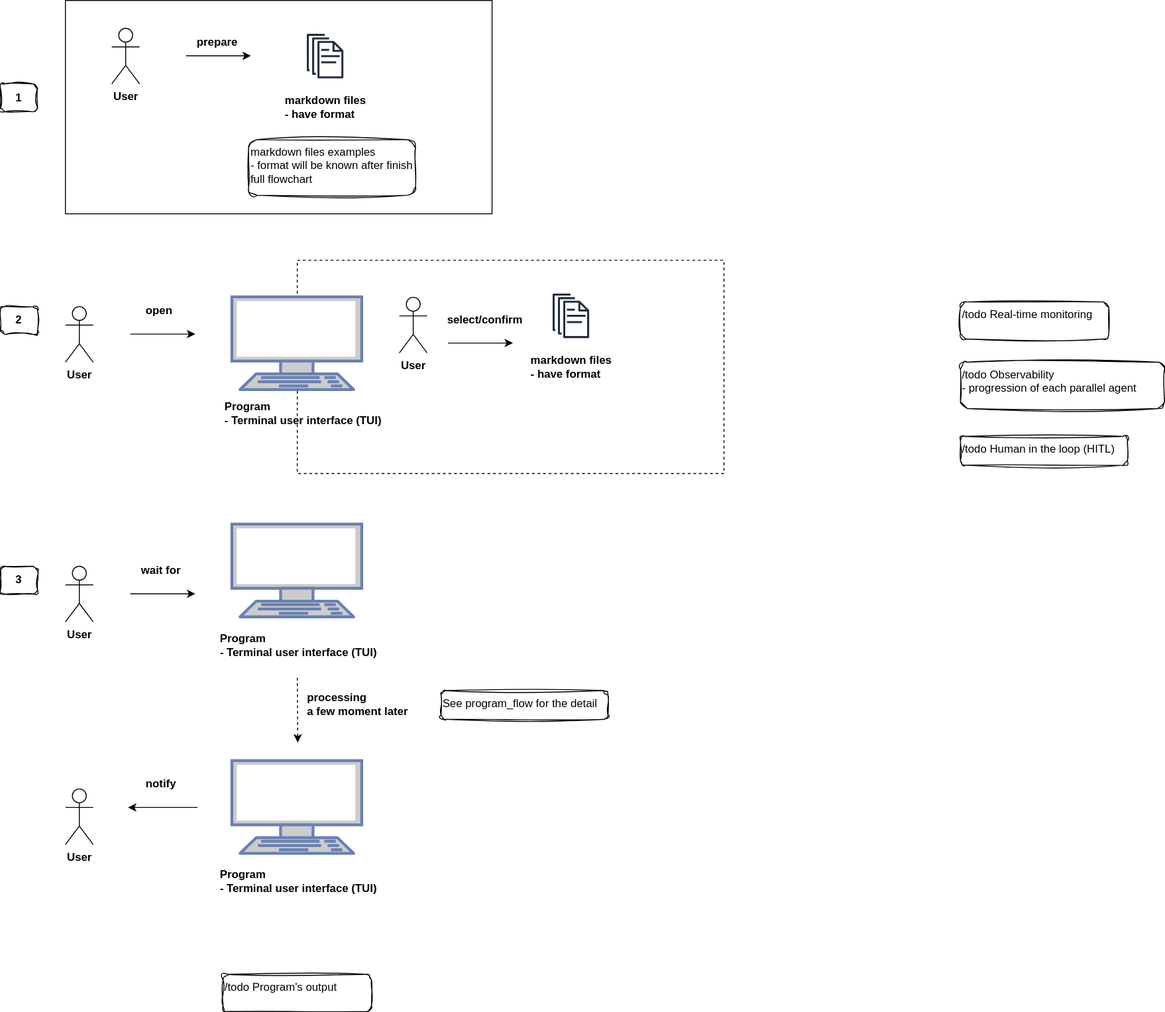
Gxmestk/ai_coding_agent keeps this draw.io diagram as plan.svg. Above is the earlier version. Source tidied: cells renumbered, new cells last; positions are measured from the earlier drawing's top-left corner, leaving out a move shared by most shapes.
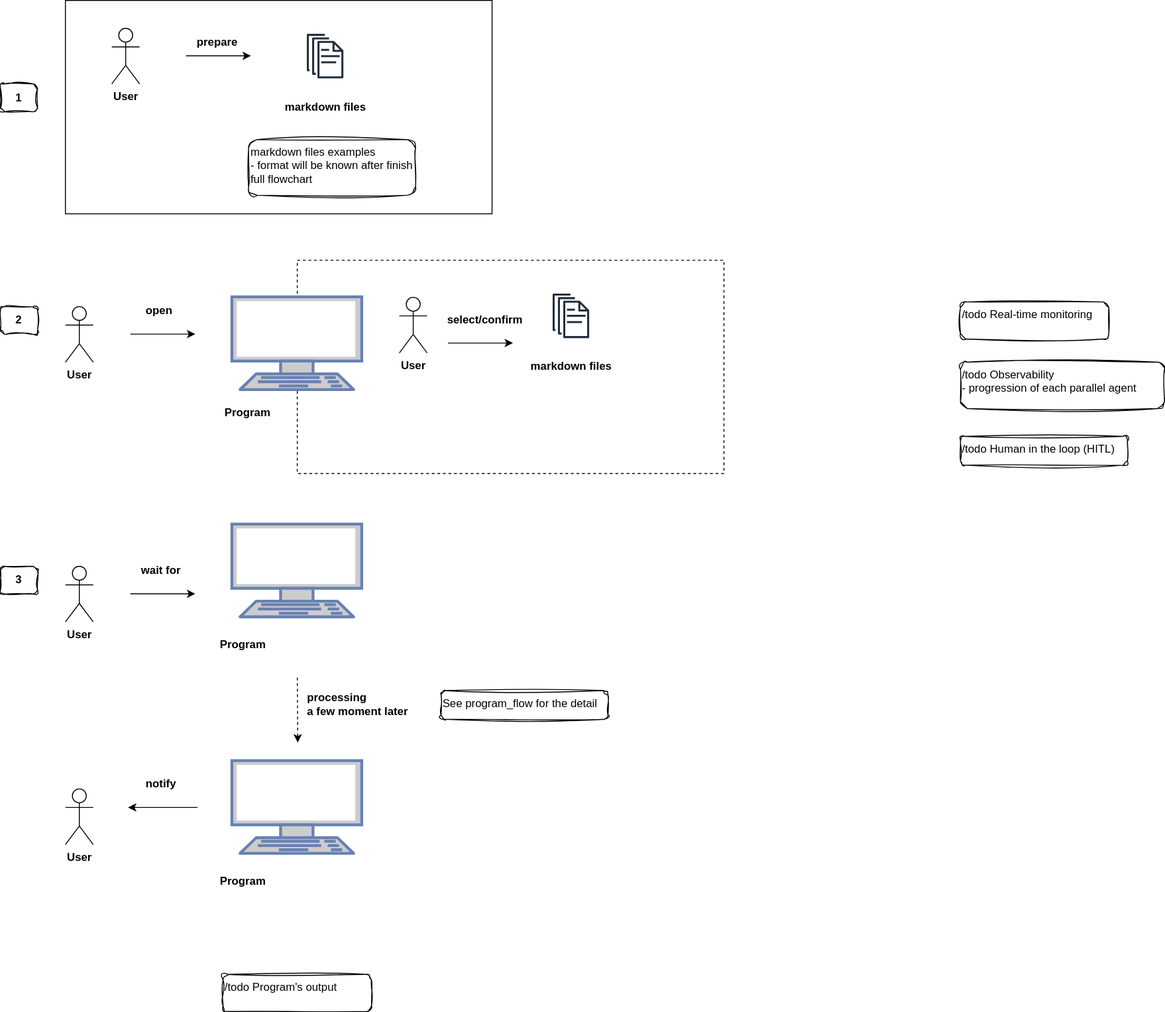
The same diagram one commit later.

Change to the diagram source:
```diff
@@ -32,7 +32,7 @@
     <mxCell id="9" style="sketch=0;fontColor=#232F3E;gradientColor=none;strokeColor=#232F3E;fillColor=#ffffff;dashed=0;verticalLabelPosition=bottom;verticalAlign=top;align=left;html=1;fontSize=12;fontStyle=0;shape=mxgraph.aws4.resourceIcon;resIcon=mxgraph.aws4.documents;" parent="8" vertex="1">
       <mxGeometry x="15" width="60" height="60" as="geometry" />
     </mxCell>
-    <mxCell id="10" value="&lt;div&gt;markdown files&lt;/div&gt;&lt;div&gt;- have format&lt;/div&gt;" style="text;html=1;whiteSpace=wrap;strokeColor=none;fillColor=none;align=left;verticalAlign=middle;rounded=0;fontStyle=1;" parent="8" vertex="1">
+    <mxCell id="10" value="&lt;div&gt;markdown files&lt;/div&gt;" style="text;html=1;whiteSpace=wrap;strokeColor=none;fillColor=none;align=left;verticalAlign=middle;rounded=0;fontStyle=1;" parent="8" vertex="1">
       <mxGeometry y="70" width="105" height="30" as="geometry" />
     </mxCell>
     <mxCell id="11" value="&lt;b&gt;User&lt;/b&gt;" style="shape=umlActor;verticalLabelPosition=bottom;verticalAlign=top;html=1;" parent="1" vertex="1">
@@ -74,7 +74,7 @@
     <mxCell id="21" value="&lt;span style=&quot;color: rgba(0, 0, 0, 0); font-family: monospace; font-size: 0px; text-align: start;&quot;&gt;%3CmxGraphModel%3E%3Croot%3E%3CmxCell%20id%3D%220%22%2F%3E%3CmxCell%20id%3D%221%22%20parent%3D%220%22%2F%3E%3CmxCell%20id%3D%222%22%20edge%3D%221%22%20parent%3D%221%22%20style%3D%22endArrow%3Dclassic%3Bhtml%3D1%3Brounded%3D0%3B%22%20value%3D%22%22%3E%3CmxGeometry%20height%3D%2250%22%20relative%3D%221%22%20width%3D%2250%22%20as%3D%22geometry%22%3E%3CmxPoint%20x%3D%22-470%22%20y%3D%22389.65999999999997%22%20as%3D%22sourcePoint%22%2F%3E%3CmxPoint%20x%3D%22-400%22%20y%3D%22389.65999999999997%22%20as%3D%22targetPoint%22%2F%3E%3C%2FmxGeometry%3E%3C%2FmxCell%3E%3CmxCell%20id%3D%223%22%20parent%3D%221%22%20style%3D%22shape%3DumlActor%3BverticalLabelPosition%3Dbottom%3BverticalAlign%3Dtop%3Bhtml%3D1%3BoutlineConnect%3D0%3B%22%20value%3D%22%26lt%3Bb%26gt%3BUser%26lt%3B%2Fb%26gt%3B%22%20vertex%3D%221%22%3E%3CmxGeometry%20height%3D%2260%22%20width%3D%2230%22%20x%3D%22-540%22%20y%3D%22360%22%20as%3D%22geometry%22%2F%3E%3C%2FmxCell%3E%3CmxCell%20id%3D%224%22%20parent%3D%221%22%20style%3D%22text%3Bhtml%3D1%3BwhiteSpace%3Dwrap%3BstrokeColor%3Dnone%3BfillColor%3Dnone%3Balign%3Dleft%3BverticalAlign%3Dmiddle%3Brounded%3D0%3BfontStyle%3D1%22%20value%3D%22open%22%20vertex%3D%221%22%3E%3CmxGeometry%20height%3D%2230%22%20width%3D%2240%22%20x%3D%22-455%22%20y%3D%22350%22%20as%3D%22geometry%22%2F%3E%3C%2FmxCell%3E%3CmxCell%20id%3D%225%22%20parent%3D%221%22%20style%3D%22text%3Bhtml%3D1%3BwhiteSpace%3Dwrap%3Balign%3Dcenter%3BverticalAlign%3Dmiddle%3Brounded%3D1%3BfontStyle%3D1%3Bglass%3D0%3Bsketch%3D1%3BcurveFitting%3D1%3Bjiggle%3D2%3BstrokeColor%3Ddefault%3BfillColor%3Dlight-dark(%23FFFFFF%2C%23FF8000)%3B%22%20value%3D%222%22%20vertex%3D%221%22%3E%3CmxGeometry%20height%3D%2230%22%20width%3D%2240%22%20x%3D%22-610%22%20y%3D%22360%22%20as%3D%22geometry%22%2F%3E%3C%2FmxCell%3E%3C%2Froot%3E%3C%2FmxGraphModel%3E&lt;/span&gt;&lt;span style=&quot;color: rgba(0, 0, 0, 0); font-family: monospace; font-size: 0px; text-align: start;&quot;&gt;%3CmxGraphModel%3E%3Croot%3E%3CmxCell%20id%3D%220%22%2F%3E%3CmxCell%20id%3D%221%22%20parent%3D%220%22%2F%3E%3CmxCell%20id%3D%222%22%20edge%3D%221%22%20parent%3D%221%22%20style%3D%22endArrow%3Dclassic%3Bhtml%3D1%3Brounded%3D0%3B%22%20value%3D%22%22%3E%3CmxGeometry%20height%3D%2250%22%20relative%3D%221%22%20width%3D%2250%22%20as%3D%22geometry%22%3E%3CmxPoint%20x%3D%22-470%22%20y%3D%22389.65999999999997%22%20as%3D%22sourcePoint%22%2F%3E%3CmxPoint%20x%3D%22-400%22%20y%3D%22389.65999999999997%22%20as%3D%22targetPoint%22%2F%3E%3C%2FmxGeometry%3E%3C%2FmxCell%3E%3CmxCell%20id%3D%223%22%20parent%3D%221%22%20style%3D%22shape%3DumlActor%3BverticalLabelPosition%3Dbottom%3BverticalAlign%3Dtop%3Bhtml%3D1%3BoutlineConnect%3D0%3B%22%20value%3D%22%26lt%3Bb%26gt%3BUser%26lt%3B%2Fb%26gt%3B%22%20vertex%3D%221%22%3E%3CmxGeometry%20height%3D%2260%22%20width%3D%2230%22%20x%3D%22-540%22%20y%3D%22360%22%20as%3D%22geometry%22%2F%3E%3C%2FmxCell%3E%3CmxCell%20id%3D%224%22%20parent%3D%221%22%20style%3D%22text%3Bhtml%3D1%3BwhiteSpace%3Dwrap%3BstrokeColor%3Dnone%3BfillColor%3Dnone%3Balign%3Dleft%3BverticalAlign%3Dmiddle%3Brounded%3D0%3BfontStyle%3D1%22%20value%3D%22open%22%20vertex%3D%221%22%3E%3CmxGeometry%20height%3D%2230%22%20width%3D%2240%22%20x%3D%22-455%22%20y%3D%22350%22%20as%3D%22geometry%22%2F%3E%3C%2FmxCell%3E%3CmxCell%20id%3D%225%22%20parent%3D%221%22%20style%3D%22text%3Bhtml%3D1%3BwhiteSpace%3Dwrap%3Balign%3Dcenter%3BverticalAlign%3Dmiddle%3Brounded%3D1%3BfontStyle%3D1%3Bglass%3D0%3Bsketch%3D1%3BcurveFitting%3D1%3Bjiggle%3D2%3BstrokeColor%3Ddefault%3BfillColor%3Dlight-dark(%23FFFFFF%2C%23FF8000)%3B%22%20value%3D%222%22%20vertex%3D%221%22%3E%3CmxGeometry%20height%3D%2230%22%20width%3D%2240%22%20x%3D%22-610%22%20y%3D%22360%22%20as%3D%22geometry%22%2F%3E%3C%2FmxCell%3E%3C%2Froot%3E%3C%2FmxGraphModel%3E&lt;/span&gt;" style="fontColor=#0066CC;verticalAlign=top;verticalLabelPosition=bottom;labelPosition=center;align=center;html=1;fillColor=#CCCCCC;strokeColor=#6881B3;gradientColor=none;gradientDirection=north;strokeWidth=2;shape=mxgraph.networks.terminal;" parent="20" vertex="1">
       <mxGeometry x="20" width="140" height="100" as="geometry" />
     </mxCell>
-    <mxCell id="22" value="Program&amp;nbsp;&lt;div&gt;- Terminal user interface (TUI)&lt;/div&gt;" style="text;html=1;whiteSpace=wrap;strokeColor=none;fillColor=none;align=left;verticalAlign=middle;rounded=0;fontStyle=1;" parent="20" vertex="1">
+    <mxCell id="22" value="Program&amp;nbsp;" style="text;html=1;whiteSpace=wrap;strokeColor=none;fillColor=none;align=left;verticalAlign=middle;rounded=0;fontStyle=1;" parent="20" vertex="1">
       <mxGeometry x="5" y="115" width="190" height="30" as="geometry" />
     </mxCell>
     <mxCell id="23" style="rounded=0;whiteSpace=wrap;html=1;dashed=1;glass=0;fillColor=none;" parent="1" vertex="1">
@@ -95,7 +95,7 @@
     <mxCell id="27" style="sketch=0;fontColor=#232F3E;gradientColor=none;strokeColor=#232F3E;fillColor=#ffffff;dashed=0;verticalLabelPosition=bottom;verticalAlign=top;align=left;html=1;fontSize=12;fontStyle=0;shape=mxgraph.aws4.resourceIcon;resIcon=mxgraph.aws4.documents;" parent="26" vertex="1">
       <mxGeometry x="15" width="60" height="60" as="geometry" />
     </mxCell>
-    <mxCell id="28" value="&lt;div&gt;markdown files&lt;/div&gt;&lt;div&gt;- have format&lt;/div&gt;" style="text;html=1;whiteSpace=wrap;strokeColor=none;fillColor=none;align=left;verticalAlign=middle;rounded=0;fontStyle=1;" parent="26" vertex="1">
+    <mxCell id="28" value="&lt;div&gt;markdown files&lt;/div&gt;" style="text;html=1;whiteSpace=wrap;strokeColor=none;fillColor=none;align=left;verticalAlign=middle;rounded=0;fontStyle=1;" parent="26" vertex="1">
       <mxGeometry y="70" width="105" height="30" as="geometry" />
     </mxCell>
     <mxCell id="29" value="&lt;b&gt;User&lt;/b&gt;" style="shape=umlActor;verticalLabelPosition=bottom;verticalAlign=top;html=1;" parent="1" vertex="1">
@@ -104,7 +104,7 @@
     <mxCell id="30" style="group;" parent="1" vertex="1">
       <mxGeometry x="240" y="320" width="190" height="140" as="geometry" />
     </mxCell>
-    <mxCell id="31" value="Program&amp;nbsp;&lt;div&gt;- Terminal user interface (TUI)&lt;/div&gt;" style="text;html=1;whiteSpace=wrap;strokeColor=none;fillColor=none;align=left;verticalAlign=middle;rounded=0;fontStyle=1;" parent="30" vertex="1">
+    <mxCell id="31" value="Program&amp;nbsp;" style="text;html=1;whiteSpace=wrap;strokeColor=none;fillColor=none;align=left;verticalAlign=middle;rounded=0;fontStyle=1;" parent="30" vertex="1">
       <mxGeometry y="110" width="190" height="30" as="geometry" />
     </mxCell>
     <mxCell id="32" value="&lt;span style=&quot;color: rgba(0, 0, 0, 0); font-family: monospace; font-size: 0px; text-align: start;&quot;&gt;%3CmxGraphModel%3E%3Croot%3E%3CmxCell%20id%3D%220%22%2F%3E%3CmxCell%20id%3D%221%22%20parent%3D%220%22%2F%3E%3CmxCell%20id%3D%222%22%20edge%3D%221%22%20parent%3D%221%22%20style%3D%22endArrow%3Dclassic%3Bhtml%3D1%3Brounded%3D0%3B%22%20value%3D%22%22%3E%3CmxGeometry%20height%3D%2250%22%20relative%3D%221%22%20width%3D%2250%22%20as%3D%22geometry%22%3E%3CmxPoint%20x%3D%22-470%22%20y%3D%22389.65999999999997%22%20as%3D%22sourcePoint%22%2F%3E%3CmxPoint%20x%3D%22-400%22%20y%3D%22389.65999999999997%22%20as%3D%22targetPoint%22%2F%3E%3C%2FmxGeometry%3E%3C%2FmxCell%3E%3CmxCell%20id%3D%223%22%20parent%3D%221%22%20style%3D%22shape%3DumlActor%3BverticalLabelPosition%3Dbottom%3BverticalAlign%3Dtop%3Bhtml%3D1%3BoutlineConnect%3D0%3B%22%20value%3D%22%26lt%3Bb%26gt%3BUser%26lt%3B%2Fb%26gt%3B%22%20vertex%3D%221%22%3E%3CmxGeometry%20height%3D%2260%22%20width%3D%2230%22%20x%3D%22-540%22%20y%3D%22360%22%20as%3D%22geometry%22%2F%3E%3C%2FmxCell%3E%3CmxCell%20id%3D%224%22%20parent%3D%221%22%20style%3D%22text%3Bhtml%3D1%3BwhiteSpace%3Dwrap%3BstrokeColor%3Dnone%3BfillColor%3Dnone%3Balign%3Dleft%3BverticalAlign%3Dmiddle%3Brounded%3D0%3BfontStyle%3D1%22%20value%3D%22open%22%20vertex%3D%221%22%3E%3CmxGeometry%20height%3D%2230%22%20width%3D%2240%22%20x%3D%22-455%22%20y%3D%22350%22%20as%3D%22geometry%22%2F%3E%3C%2FmxCell%3E%3CmxCell%20id%3D%225%22%20parent%3D%221%22%20style%3D%22text%3Bhtml%3D1%3BwhiteSpace%3Dwrap%3Balign%3Dcenter%3BverticalAlign%3Dmiddle%3Brounded%3D1%3BfontStyle%3D1%3Bglass%3D0%3Bsketch%3D1%3BcurveFitting%3D1%3Bjiggle%3D2%3BstrokeColor%3Ddefault%3BfillColor%3Dlight-dark(%23FFFFFF%2C%23FF8000)%3B%22%20value%3D%222%22%20vertex%3D%221%22%3E%3CmxGeometry%20height%3D%2230%22%20width%3D%2240%22%20x%3D%22-610%22%20y%3D%22360%22%20as%3D%22geometry%22%2F%3E%3C%2FmxCell%3E%3C%2Froot%3E%3C%2FmxGraphModel%3E&lt;/span&gt;&lt;span style=&quot;color: rgba(0, 0, 0, 0); font-family: monospace; font-size: 0px; text-align: start;&quot;&gt;%3CmxGraphModel%3E%3Croot%3E%3CmxCell%20id%3D%220%22%2F%3E%3CmxCell%20id%3D%221%22%20parent%3D%220%22%2F%3E%3CmxCell%20id%3D%222%22%20edge%3D%221%22%20parent%3D%221%22%20style%3D%22endArrow%3Dclassic%3Bhtml%3D1%3Brounded%3D0%3B%22%20value%3D%22%22%3E%3CmxGeometry%20height%3D%2250%22%20relative%3D%221%22%20width%3D%2250%22%20as%3D%22geometry%22%3E%3CmxPoint%20x%3D%22-470%22%20y%3D%22389.65999999999997%22%20as%3D%22sourcePoint%22%2F%3E%3CmxPoint%20x%3D%22-400%22%20y%3D%22389.65999999999997%22%20as%3D%22targetPoint%22%2F%3E%3C%2FmxGeometry%3E%3C%2FmxCell%3E%3CmxCell%20id%3D%223%22%20parent%3D%221%22%20style%3D%22shape%3DumlActor%3BverticalLabelPosition%3Dbottom%3BverticalAlign%3Dtop%3Bhtml%3D1%3BoutlineConnect%3D0%3B%22%20value%3D%22%26lt%3Bb%26gt%3BUser%26lt%3B%2Fb%26gt%3B%22%20vertex%3D%221%22%3E%3CmxGeometry%20height%3D%2260%22%20width%3D%2230%22%20x%3D%22-540%22%20y%3D%22360%22%20as%3D%22geometry%22%2F%3E%3C%2FmxCell%3E%3CmxCell%20id%3D%224%22%20parent%3D%221%22%20style%3D%22text%3Bhtml%3D1%3BwhiteSpace%3Dwrap%3BstrokeColor%3Dnone%3BfillColor%3Dnone%3Balign%3Dleft%3BverticalAlign%3Dmiddle%3Brounded%3D0%3BfontStyle%3D1%22%20value%3D%22open%22%20vertex%3D%221%22%3E%3CmxGeometry%20height%3D%2230%22%20width%3D%2240%22%20x%3D%22-455%22%20y%3D%22350%22%20as%3D%22geometry%22%2F%3E%3C%2FmxCell%3E%3CmxCell%20id%3D%225%22%20parent%3D%221%22%20style%3D%22text%3Bhtml%3D1%3BwhiteSpace%3Dwrap%3Balign%3Dcenter%3BverticalAlign%3Dmiddle%3Brounded%3D1%3BfontStyle%3D1%3Bglass%3D0%3Bsketch%3D1%3BcurveFitting%3D1%3Bjiggle%3D2%3BstrokeColor%3Ddefault%3BfillColor%3Dlight-dark(%23FFFFFF%2C%23FF8000)%3B%22%20value%3D%222%22%20vertex%3D%221%22%3E%3CmxGeometry%20height%3D%2230%22%20width%3D%2240%22%20x%3D%22-610%22%20y%3D%22360%22%20as%3D%22geometry%22%2F%3E%3C%2FmxCell%3E%3C%2Froot%3E%3C%2FmxGraphModel%3E&lt;/span&gt;" style="fontColor=#0066CC;verticalAlign=top;verticalLabelPosition=bottom;labelPosition=center;align=center;html=1;fillColor=#CCCCCC;strokeColor=#6881B3;gradientColor=none;gradientDirection=north;strokeWidth=2;shape=mxgraph.networks.terminal;" parent="30" vertex="1">
@@ -125,7 +125,7 @@
     <mxCell id="36" value="&lt;span style=&quot;color: rgba(0, 0, 0, 0); font-family: monospace; font-size: 0px; text-align: start;&quot;&gt;%3CmxGraphModel%3E%3Croot%3E%3CmxCell%20id%3D%220%22%2F%3E%3CmxCell%20id%3D%221%22%20parent%3D%220%22%2F%3E%3CmxCell%20id%3D%222%22%20edge%3D%221%22%20parent%3D%221%22%20style%3D%22endArrow%3Dclassic%3Bhtml%3D1%3Brounded%3D0%3B%22%20value%3D%22%22%3E%3CmxGeometry%20height%3D%2250%22%20relative%3D%221%22%20width%3D%2250%22%20as%3D%22geometry%22%3E%3CmxPoint%20x%3D%22-470%22%20y%3D%22389.65999999999997%22%20as%3D%22sourcePoint%22%2F%3E%3CmxPoint%20x%3D%22-400%22%20y%3D%22389.65999999999997%22%20as%3D%22targetPoint%22%2F%3E%3C%2FmxGeometry%3E%3C%2FmxCell%3E%3CmxCell%20id%3D%223%22%20parent%3D%221%22%20style%3D%22shape%3DumlActor%3BverticalLabelPosition%3Dbottom%3BverticalAlign%3Dtop%3Bhtml%3D1%3BoutlineConnect%3D0%3B%22%20value%3D%22%26lt%3Bb%26gt%3BUser%26lt%3B%2Fb%26gt%3B%22%20vertex%3D%221%22%3E%3CmxGeometry%20height%3D%2260%22%20width%3D%2230%22%20x%3D%22-540%22%20y%3D%22360%22%20as%3D%22geometry%22%2F%3E%3C%2FmxCell%3E%3CmxCell%20id%3D%224%22%20parent%3D%221%22%20style%3D%22text%3Bhtml%3D1%3BwhiteSpace%3Dwrap%3BstrokeColor%3Dnone%3BfillColor%3Dnone%3Balign%3Dleft%3BverticalAlign%3Dmiddle%3Brounded%3D0%3BfontStyle%3D1%22%20value%3D%22open%22%20vertex%3D%221%22%3E%3CmxGeometry%20height%3D%2230%22%20width%3D%2240%22%20x%3D%22-455%22%20y%3D%22350%22%20as%3D%22geometry%22%2F%3E%3C%2FmxCell%3E%3CmxCell%20id%3D%225%22%20parent%3D%221%22%20style%3D%22text%3Bhtml%3D1%3BwhiteSpace%3Dwrap%3Balign%3Dcenter%3BverticalAlign%3Dmiddle%3Brounded%3D1%3BfontStyle%3D1%3Bglass%3D0%3Bsketch%3D1%3BcurveFitting%3D1%3Bjiggle%3D2%3BstrokeColor%3Ddefault%3BfillColor%3Dlight-dark(%23FFFFFF%2C%23FF8000)%3B%22%20value%3D%222%22%20vertex%3D%221%22%3E%3CmxGeometry%20height%3D%2230%22%20width%3D%2240%22%20x%3D%22-610%22%20y%3D%22360%22%20as%3D%22geometry%22%2F%3E%3C%2FmxCell%3E%3C%2Froot%3E%3C%2FmxGraphModel%3E&lt;/span&gt;&lt;span style=&quot;color: rgba(0, 0, 0, 0); font-family: monospace; font-size: 0px; text-align: start;&quot;&gt;%3CmxGraphModel%3E%3Croot%3E%3CmxCell%20id%3D%220%22%2F%3E%3CmxCell%20id%3D%221%22%20parent%3D%220%22%2F%3E%3CmxCell%20id%3D%222%22%20edge%3D%221%22%20parent%3D%221%22%20style%3D%22endArrow%3Dclassic%3Bhtml%3D1%3Brounded%3D0%3B%22%20value%3D%22%22%3E%3CmxGeometry%20height%3D%2250%22%20relative%3D%221%22%20width%3D%2250%22%20as%3D%22geometry%22%3E%3CmxPoint%20x%3D%22-470%22%20y%3D%22389.65999999999997%22%20as%3D%22sourcePoint%22%2F%3E%3CmxPoint%20x%3D%22-400%22%20y%3D%22389.65999999999997%22%20as%3D%22targetPoint%22%2F%3E%3C%2FmxGeometry%3E%3C%2FmxCell%3E%3CmxCell%20id%3D%223%22%20parent%3D%221%22%20style%3D%22shape%3DumlActor%3BverticalLabelPosition%3Dbottom%3BverticalAlign%3Dtop%3Bhtml%3D1%3BoutlineConnect%3D0%3B%22%20value%3D%22%26lt%3Bb%26gt%3BUser%26lt%3B%2Fb%26gt%3B%22%20vertex%3D%221%22%3E%3CmxGeometry%20height%3D%2260%22%20width%3D%2230%22%20x%3D%22-540%22%20y%3D%22360%22%20as%3D%22geometry%22%2F%3E%3C%2FmxCell%3E%3CmxCell%20id%3D%224%22%20parent%3D%221%22%20style%3D%22text%3Bhtml%3D1%3BwhiteSpace%3Dwrap%3BstrokeColor%3Dnone%3BfillColor%3Dnone%3Balign%3Dleft%3BverticalAlign%3Dmiddle%3Brounded%3D0%3BfontStyle%3D1%22%20value%3D%22open%22%20vertex%3D%221%22%3E%3CmxGeometry%20height%3D%2230%22%20width%3D%2240%22%20x%3D%22-455%22%20y%3D%22350%22%20as%3D%22geometry%22%2F%3E%3C%2FmxCell%3E%3CmxCell%20id%3D%225%22%20parent%3D%221%22%20style%3D%22text%3Bhtml%3D1%3BwhiteSpace%3Dwrap%3Balign%3Dcenter%3BverticalAlign%3Dmiddle%3Brounded%3D1%3BfontStyle%3D1%3Bglass%3D0%3Bsketch%3D1%3BcurveFitting%3D1%3Bjiggle%3D2%3BstrokeColor%3Ddefault%3BfillColor%3Dlight-dark(%23FFFFFF%2C%23FF8000)%3B%22%20value%3D%222%22%20vertex%3D%221%22%3E%3CmxGeometry%20height%3D%2230%22%20width%3D%2240%22%20x%3D%22-610%22%20y%3D%22360%22%20as%3D%22geometry%22%2F%3E%3C%2FmxCell%3E%3C%2Froot%3E%3C%2FmxGraphModel%3E&lt;/span&gt;" style="fontColor=#0066CC;verticalAlign=top;verticalLabelPosition=bottom;labelPosition=center;align=center;html=1;fillColor=#CCCCCC;strokeColor=#6881B3;gradientColor=none;gradientDirection=north;strokeWidth=2;shape=mxgraph.networks.terminal;" parent="35" vertex="1">
       <mxGeometry x="20" width="140" height="100" as="geometry" />
     </mxCell>
-    <mxCell id="37" value="Program&amp;nbsp;&lt;div&gt;- Terminal user interface (TUI)&lt;/div&gt;" style="text;html=1;whiteSpace=wrap;strokeColor=none;fillColor=none;align=left;verticalAlign=middle;rounded=0;fontStyle=1;" parent="35" vertex="1">
+    <mxCell id="37" value="Program&amp;nbsp;" style="text;html=1;whiteSpace=wrap;strokeColor=none;fillColor=none;align=left;verticalAlign=middle;rounded=0;fontStyle=1;" parent="35" vertex="1">
       <mxGeometry x="5" y="115" width="190" height="30" as="geometry" />
     </mxCell>
     <mxCell id="38" value="&lt;b&gt;User&lt;/b&gt;" style="shape=umlActor;verticalLabelPosition=bottom;verticalAlign=top;html=1;" parent="1" vertex="1">
```
